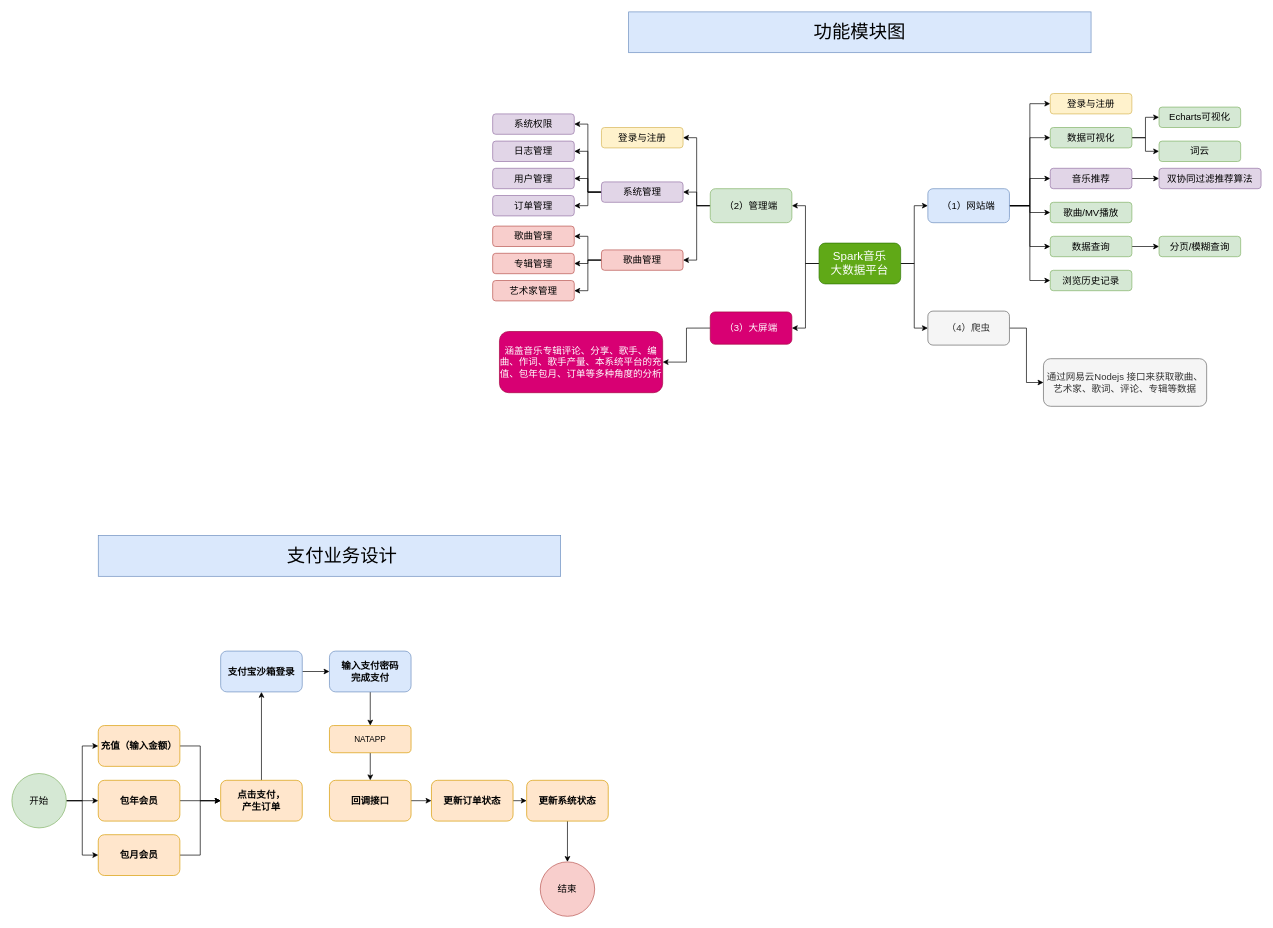
Before: SPARK/09-Meituan_Wuhan.drawio in redcomet88/DRAW, a draw.io diagram. Source tidied: cells renumbered, new cells numbered last; positions are measured from the earlier drawing's top-left corner, leaving out a move shared by most shapes. Both pictures are drawn from the tidied source at 68%, with x=0, y=0 at pixel (12, 12).
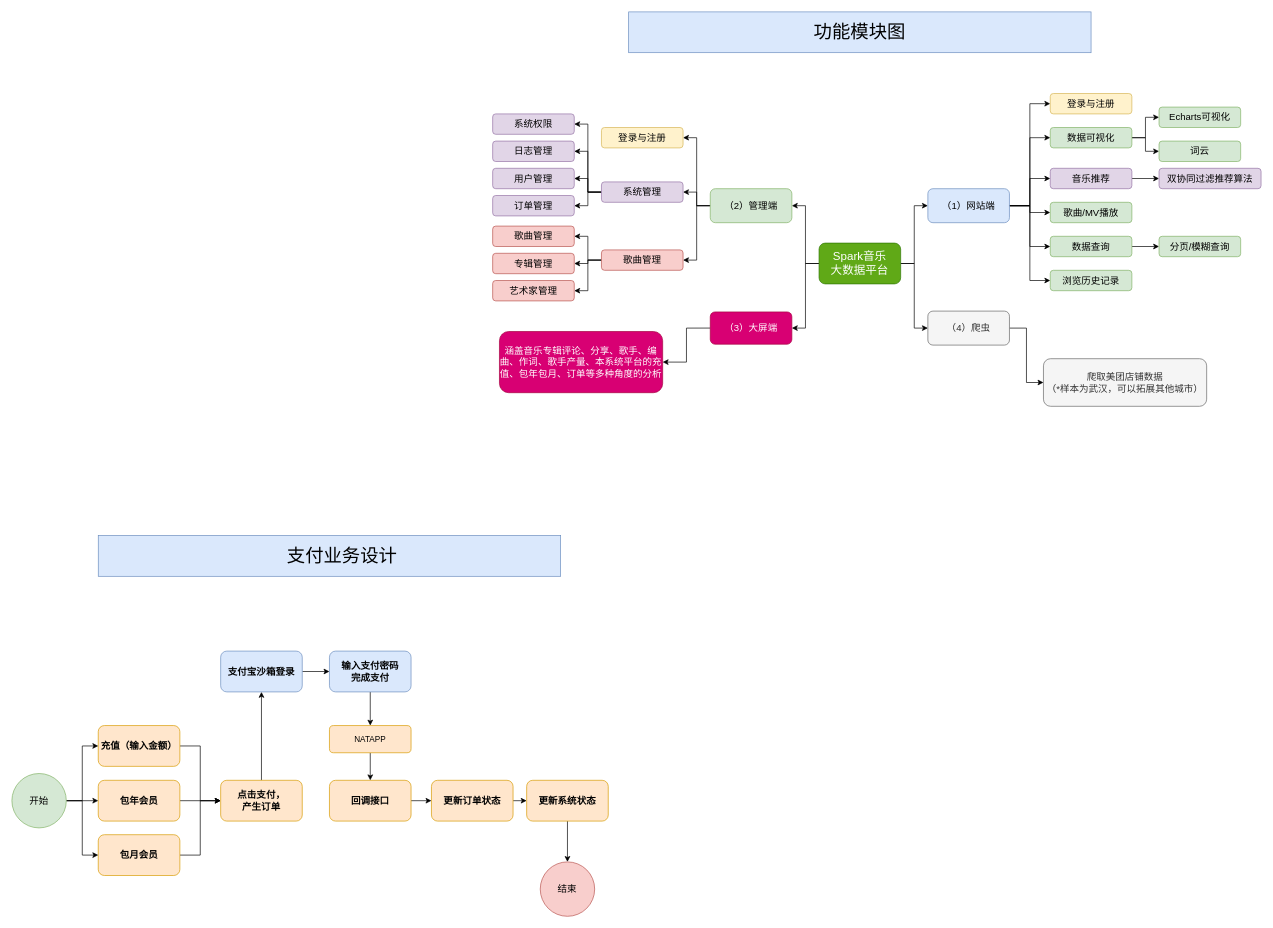
After the change.

The edit, as a diff of the source:
```diff
@@
-    <mxCell id="56" value="通过网易云Nodejs 接口来获取歌曲、艺术家、歌词、评论、专辑等数据" style="rounded=1;whiteSpace=wrap;html=1;fontSize=14;fillColor=#f5f5f5;strokeColor=#666666;fontColor=#333333;" parent="1" vertex="1">
+    <mxCell id="56" value="爬取美团店铺数据&lt;br&gt;（*样本为武汉，可以拓展其他城市）" style="rounded=1;whiteSpace=wrap;html=1;fontSize=14;fillColor=#f5f5f5;strokeColor=#666666;fontColor=#333333;" parent="1" vertex="1">
       <mxGeometry x="1517" y="510" width="240" height="70" as="geometry" />
     </mxCell>
```
